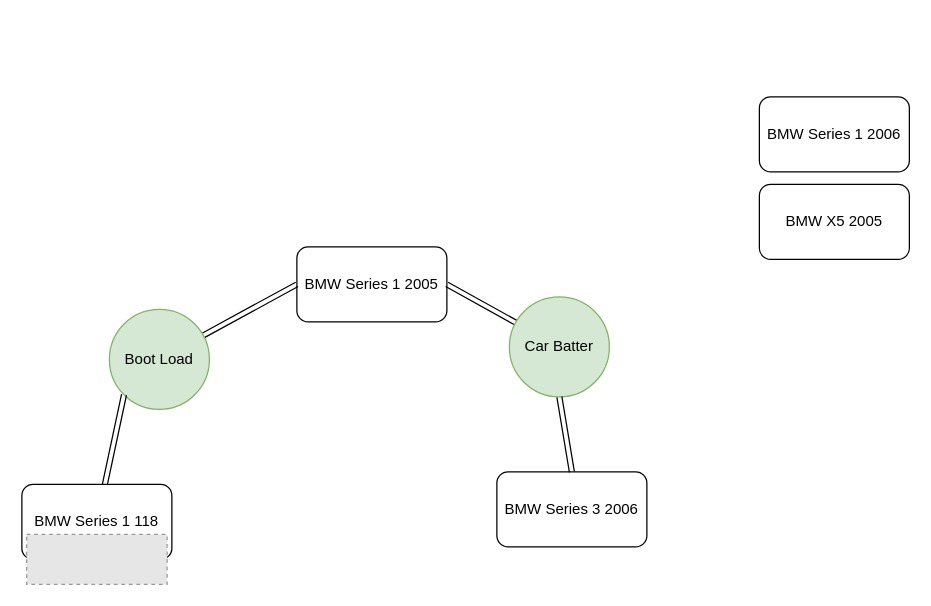
Above: BMW PARTS Compatibity Manchester UK.drawio in Fgohar/BMW-CAR-PARTS-MANCHESTER-UK (draw.io), before the change. Source tidied: cells renumbered, new cells numbered last; positions are measured from the earlier drawing's top-left corner, leaving out a move shared by most shapes. Both pictures are drawn from the tidied source at 125%, with x=0, y=0 at pixel (21, 96). Pictures stored in the file or linked from it are replaced by grey dashed boxes.
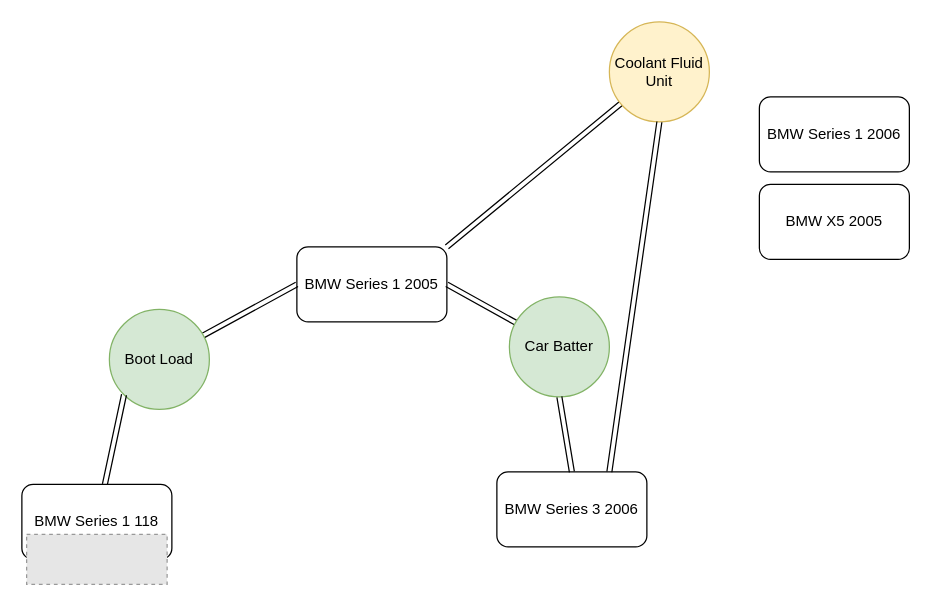
Above is the later version.

Change to the diagram source:
```diff
@@
 <mxGraphModel>
   <root>
     <mxCell id="0" />
     <mxCell id="1" parent="0" />
     <mxCell id="2" value="BMW Series 1 2006" style="rounded=1;whiteSpace=wrap;html=1;" parent="1" vertex="1">
       <mxGeometry x="590" width="120" height="60" as="geometry" />
     </mxCell>
     <mxCell id="3" value="BMW Series 1 2005" style="rounded=1;whiteSpace=wrap;html=1;" parent="1" vertex="1">
       <mxGeometry x="220" y="120" width="120" height="60" as="geometry" />
     </mxCell>
     <mxCell id="4" value="BMW Series 3 2006" style="rounded=1;whiteSpace=wrap;html=1;" parent="1" vertex="1">
       <mxGeometry x="380" y="300" width="120" height="60" as="geometry" />
     </mxCell>
     <mxCell id="5" value="BMW X5 2005" style="rounded=1;whiteSpace=wrap;html=1;" parent="1" vertex="1">
       <mxGeometry x="590" y="70" width="120" height="60" as="geometry" />
     </mxCell>
     <mxCell id="6" style="rounded=0;jettySize=auto;html=1;entryX=0;entryY=0.5;entryDx=0;entryDy=0;shape=link;" parent="1" edge="1" source="7" target="3">
       <mxGeometry relative="1" as="geometry" />
     </mxCell>
     <mxCell id="7" value="Boot Load" style="ellipse;whiteSpace=wrap;html=1;fillColor=#d5e8d4;strokeColor=#82b366;" parent="1" vertex="1">
       <mxGeometry x="70" y="170" width="80" height="80" as="geometry" />
     </mxCell>
     <mxCell id="8" style="group;" parent="1" vertex="1">
       <mxGeometry y="310" width="120" height="80" as="geometry" />
     </mxCell>
     <mxCell id="9" value="BMW Series 1 118" style="rounded=1;whiteSpace=wrap;html=1;" parent="8" vertex="1">
       <mxGeometry width="120" height="60" as="geometry" />
     </mxCell>
     <mxCell id="10" style="fillColor=#E6E6E6;strokeColor=#999999;dashed=1;verticalLabelPosition=bottom;labelBackgroundColor=default;verticalAlign=top;" parent="8" vertex="1">
       <mxGeometry x="3.8" y="40" width="112.4" height="40" as="geometry" />
     </mxCell>
     <mxCell id="11" style="rounded=0;jettySize=auto;html=1;entryX=0;entryY=1;entryDx=0;entryDy=0;shape=link;" parent="1" edge="1" source="9" target="7">
       <mxGeometry relative="1" as="geometry" />
     </mxCell>
     <mxCell id="12" style="rounded=0;jettySize=auto;html=1;entryX=1;entryY=0.5;entryDx=0;entryDy=0;shape=link;" parent="1" edge="1" source="13" target="3">
       <mxGeometry relative="1" as="geometry" />
     </mxCell>
     <mxCell id="13" value="Car Batter" style="ellipse;whiteSpace=wrap;html=1;fillColor=#d5e8d4;strokeColor=#82b366;" parent="1" vertex="1">
       <mxGeometry x="390" y="160" width="80" height="80" as="geometry" />
     </mxCell>
     <mxCell id="14" style="rounded=0;jettySize=auto;html=1;entryX=0.5;entryY=1;entryDx=0;entryDy=0;shape=link;exitX=0.5;exitY=0;exitDx=0;exitDy=0;" parent="1" edge="1" source="4" target="13">
       <mxGeometry relative="1" as="geometry" />
     </mxCell>
+    <mxCell id="15" style="rounded=0;jettySize=auto;html=1;entryX=1;entryY=0;entryDx=0;entryDy=0;shape=link;" parent="1" edge="1" source="16" target="3">
+      <mxGeometry relative="1" as="geometry" />
+    </mxCell>
+    <mxCell id="16" value="Coolant Fluid Unit" style="ellipse;whiteSpace=wrap;html=1;fillColor=#fff2cc;strokeColor=#d6b656;" parent="1" vertex="1">
+      <mxGeometry x="470" y="-60" width="80" height="80" as="geometry" />
+    </mxCell>
+    <mxCell id="17" style="rounded=0;jettySize=auto;html=1;entryX=0.5;entryY=1;entryDx=0;entryDy=0;shape=link;exitX=0.75;exitY=0;exitDx=0;exitDy=0;" parent="1" edge="1" source="4" target="16">
+      <mxGeometry relative="1" as="geometry" />
+    </mxCell>
   </root>
 </mxGraphModel>
```
